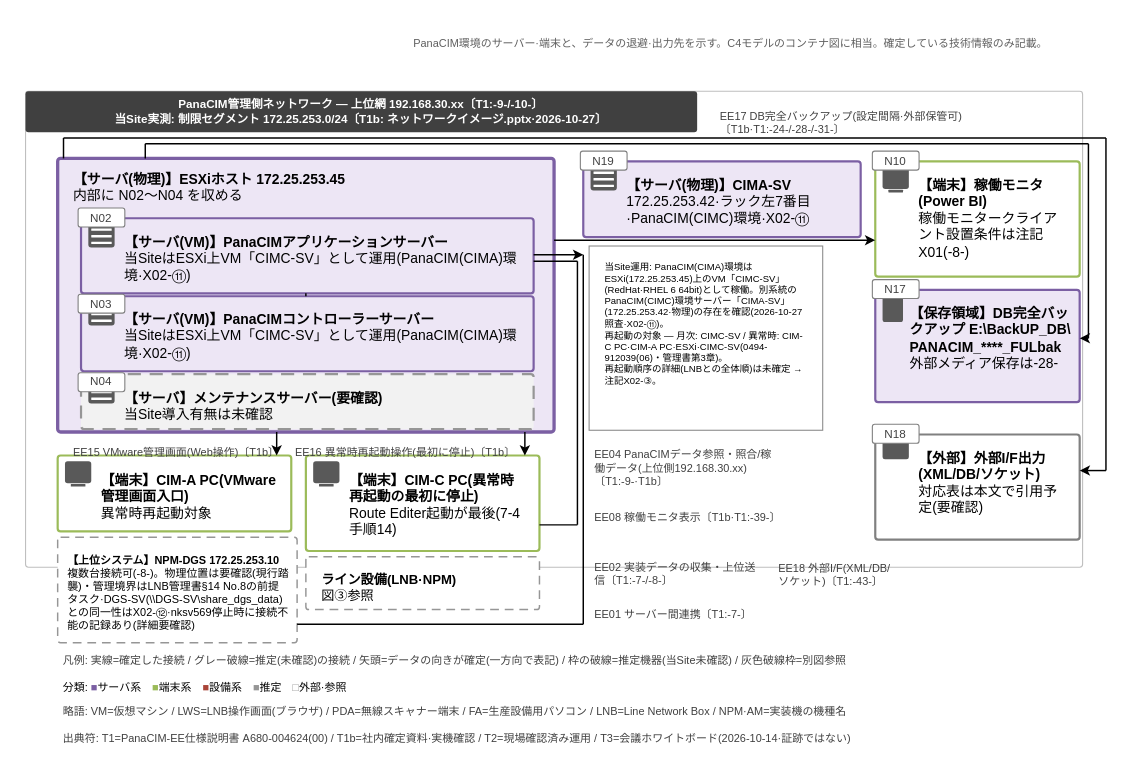
Before: page "相関図②" (2 of 3) of 20261102_管理文書用語と相関図/drawio_20261106/相関図_pana_20261106.drawio in nk-shino/work_vault, a draw.io diagram. Source tidied: cells renumbered, new cells numbered last; positions are measured from the earlier drawing's top-left corner, leaving out a move shared by most shapes. Both pictures are drawn from the tidied source at 146%, with x=0, y=0 at pixel (25, 23).
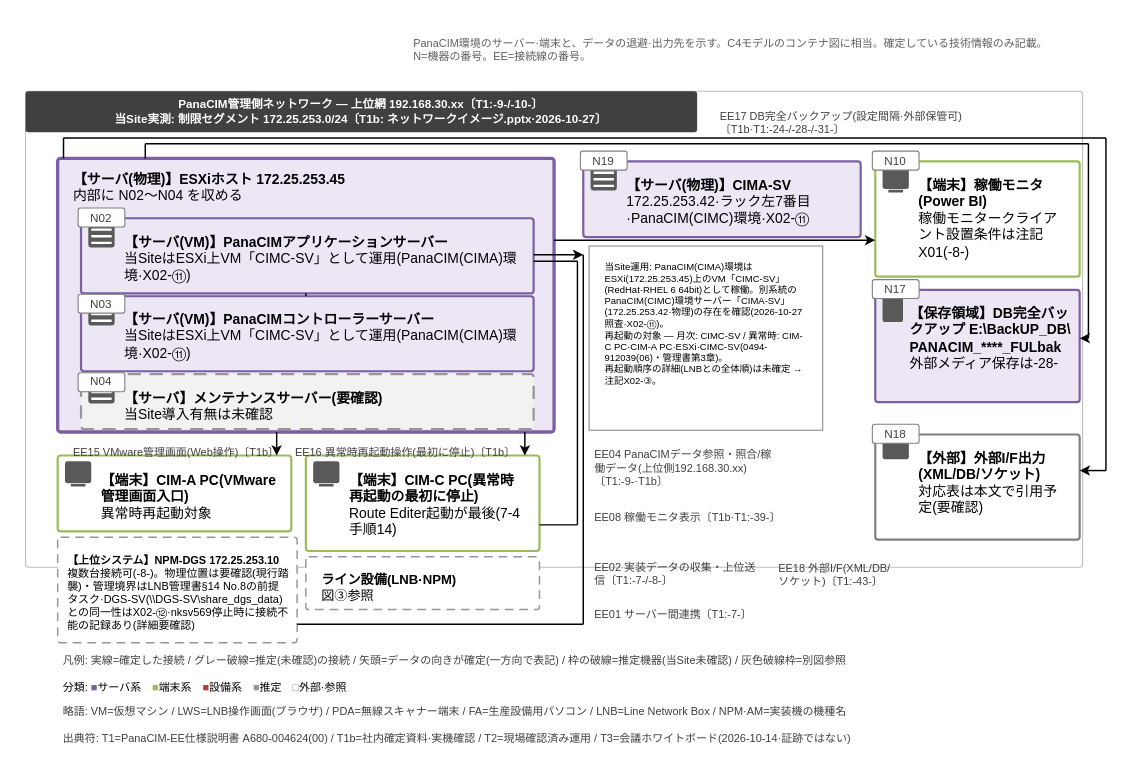
The same diagram, later.

Diff of the diagram source:
```diff
@@
-    <mxCell id="2" value="PanaCIM環境のサーバー·端末と、データの退避·出力先を示す。C4モデルのコンテナ図に相当。確定している技術情報のみ記載。" style="text;html=1;whiteSpace=wrap;fontFamily=Meiryo UI;fontSize=7.5;fontColor=#5F5F5F;align=left;verticalAlign=top;spacingLeft=2;spacingRight=2;spacingTop=1;spacingBottom=1;" parent="1" vertex="1">
-      <mxGeometry x="262" y="0.5" width="485" height="13.5" as="geometry" />
+    <mxCell id="2" value="PanaCIM環境のサーバー·端末と、データの退避·出力先を示す。C4モデルのコンテナ図に相当。確定している技術情報のみ記載。&lt;br&gt;N=機器の番号。EE=接続線の番号。" style="text;html=1;whiteSpace=wrap;fontFamily=Meiryo UI;fontSize=7.5;fontColor=#5F5F5F;align=left;verticalAlign=top;spacingLeft=2;spacingRight=2;spacingTop=1;spacingBottom=1;" parent="1" vertex="1">
+      <mxGeometry x="262" y="0.5" width="485" height="24.8" as="geometry" />
     </mxCell>
```
